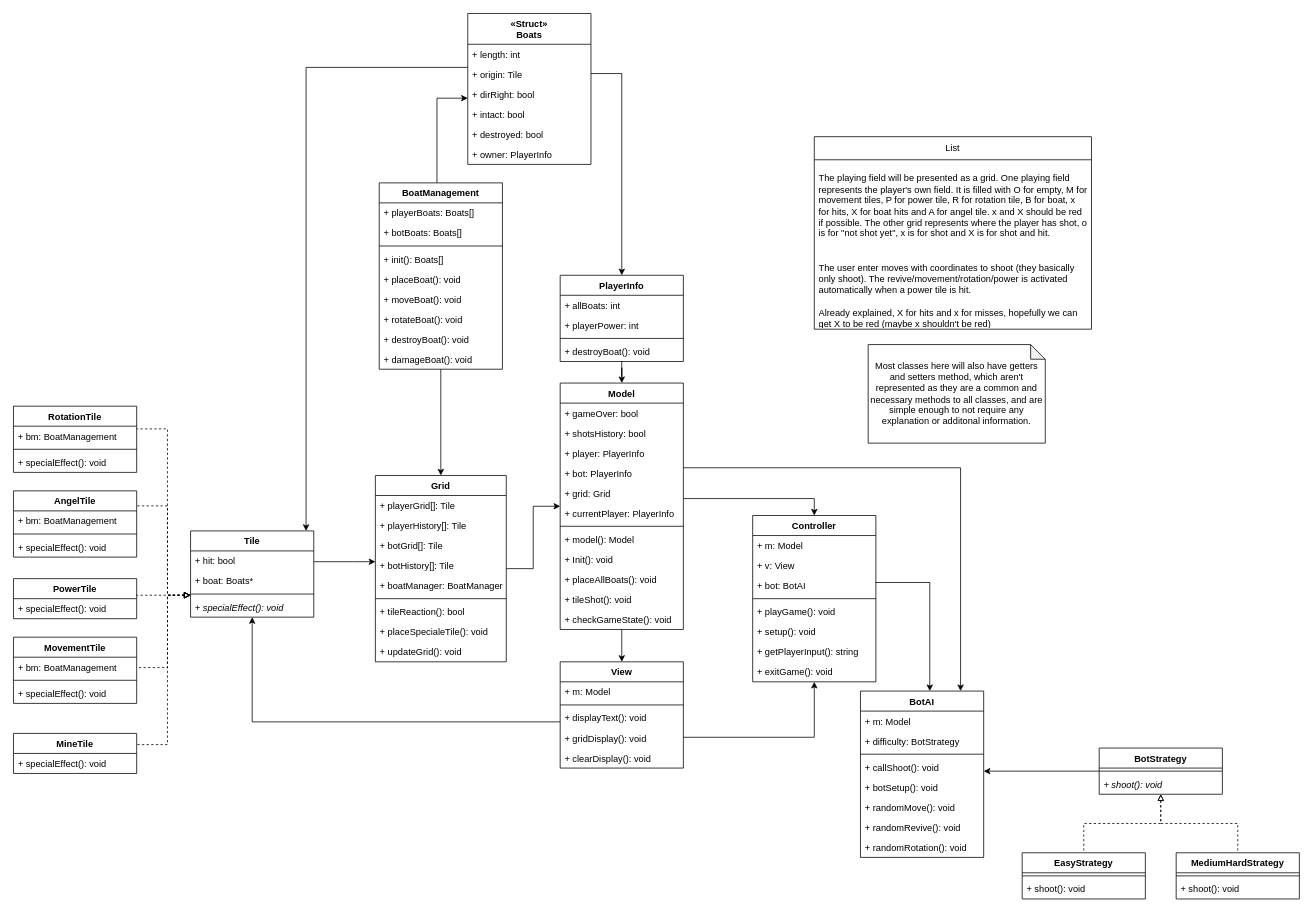
Earlier version of the draw.io diagram page "Class Diagrams" (1 of 3) of Diagrams/Battleship.drawio (Krillenum/OOPOR4_exam). Source tidied: cells renumbered, new cells numbered last; positions are measured from the earlier drawing's top-left corner, leaving out a move shared by most shapes. Both pictures are drawn from the tidied source at 77%, with x=0, y=0 at pixel (13, 13).
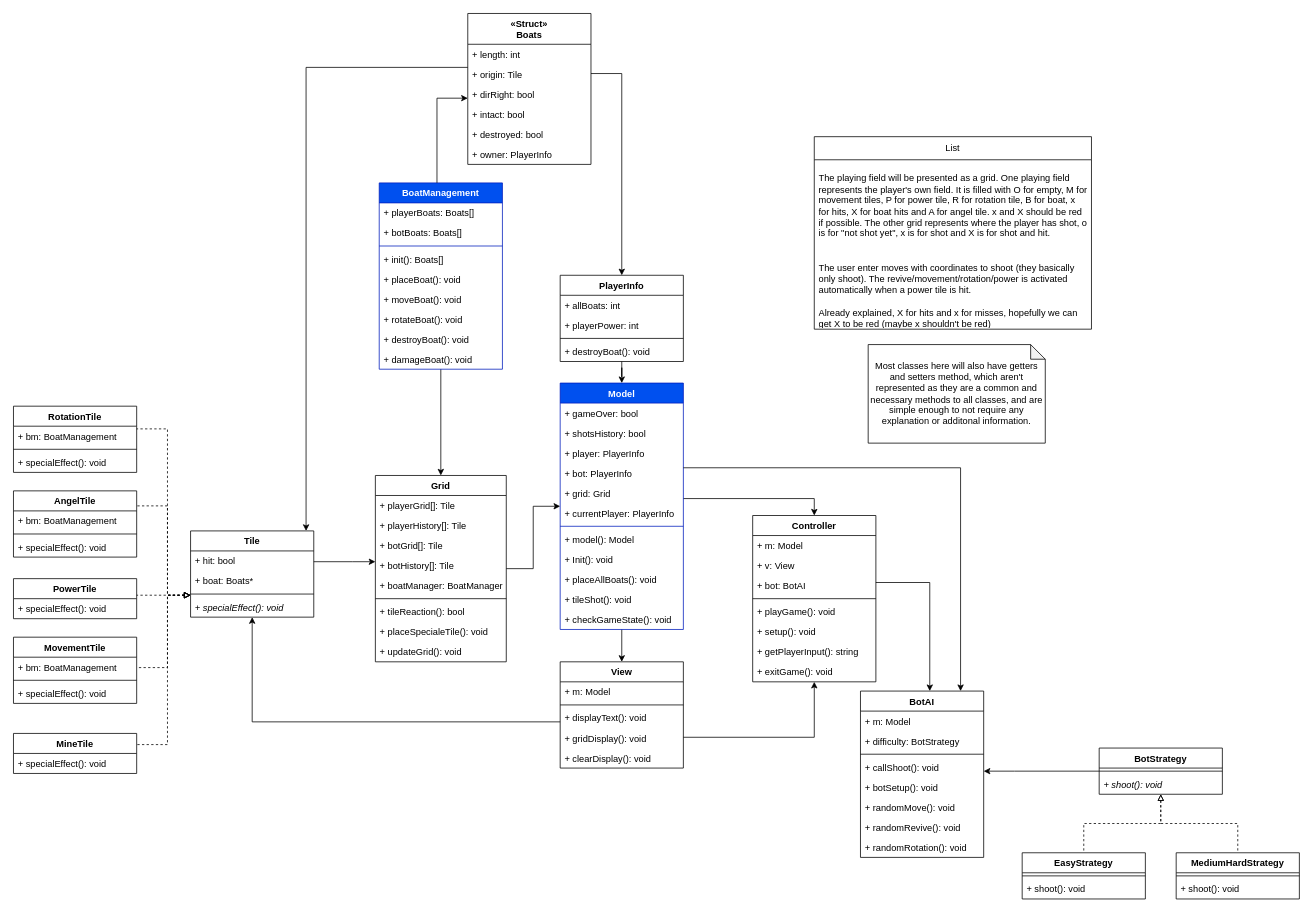
The same page after the edit.

Change to the diagram source:
```diff
@@
-    <mxCell id="4" value="Model" style="swimlane;fontStyle=1;align=center;verticalAlign=top;horizontal=1;startSize=26;" parent="1" vertex="1">
+    <mxCell id="4" value="Model" style="swimlane;fontStyle=1;align=center;verticalAlign=top;horizontal=1;startSize=26;fillColor=#0050ef;fontColor=#ffffff;strokeColor=#001DBC;" parent="1" vertex="1">
       <mxGeometry x="710" y="480" width="160" height="320" as="geometry" />
     </mxCell>
@@
-    <mxCell id="70" value="BoatManagement" style="swimlane;fontStyle=1;align=center;verticalAlign=top;horizontal=1;startSize=26;" parent="1" vertex="1">
+    <mxCell id="70" value="BoatManagement" style="swimlane;fontStyle=1;align=center;verticalAlign=top;horizontal=1;startSize=26;fillColor=#0050ef;fontColor=#ffffff;strokeColor=#001DBC;" parent="1" vertex="1">
       <mxGeometry x="475" y="220" width="160" height="242" as="geometry" />
     </mxCell>
```
